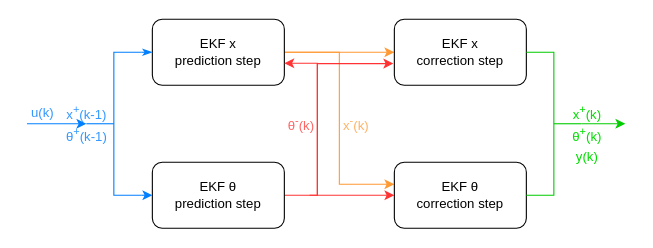
Earlier version of the draw.io diagram bms_flowchart_v2.drawio (PHentosh/draw_io_projects). Source tidied: cells renumbered, new cells numbered last; positions are measured from the earlier drawing's top-left corner, leaving out a move shared by most shapes. Both pictures are drawn from the tidied source at 110%, with x=0, y=0 at pixel (20, 19).
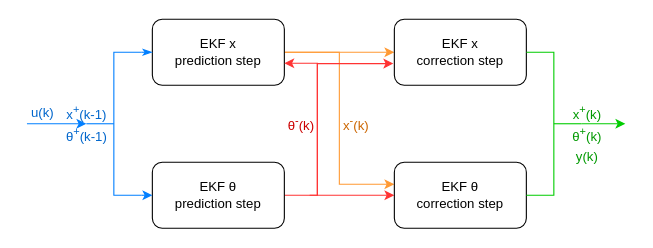
After the change.

Change to the diagram source:
```diff
@@
-    <mxCell id="12" value="u(k)" style="text;html=1;align=center;verticalAlign=middle;strokeColor=none;fillColor=none;fontColor=light-dark(#3399FF,#66B2FF);" parent="1" vertex="1">
+    <mxCell id="12" value="u(k)" style="text;html=1;align=center;verticalAlign=middle;strokeColor=none;fillColor=none;fontColor=#0066CC;" parent="1" vertex="1">
       <mxGeometry y="70" width="40" height="30" as="geometry" />
     </mxCell>
@@
-    <mxCell id="17" value="x&lt;sup&gt;-&lt;/sup&gt;(k)" style="text;html=1;align=center;verticalAlign=middle;strokeColor=none;fillColor=none;fontColor=light-dark(#FFB366,#FFB366);" parent="1" vertex="1">
+    <mxCell id="17" value="x&lt;sup&gt;-&lt;/sup&gt;(k)" style="text;html=1;align=center;verticalAlign=middle;strokeColor=none;fillColor=none;fontColor=light-dark(#CC6600,#FFB366);" parent="1" vertex="1">
       <mxGeometry x="280" y="80" width="50" height="30" as="geometry" />
     </mxCell>
-    <mxCell id="18" value="x&lt;sup&gt;+&lt;/sup&gt;(k)" style="text;html=1;align=center;verticalAlign=middle;strokeColor=none;fillColor=none;fontColor=light-dark(#00DE00,#66FF66);" parent="1" vertex="1">
+    <mxCell id="18" value="x&lt;sup&gt;+&lt;/sup&gt;(k)" style="text;html=1;align=center;verticalAlign=middle;strokeColor=none;fillColor=none;fontColor=light-dark(#009900,#66FF66);" parent="1" vertex="1">
       <mxGeometry x="490" y="70" width="50" height="30" as="geometry" />
     </mxCell>
-    <mxCell id="19" value="θ&lt;sup&gt;+&lt;/sup&gt;(k)" style="text;html=1;align=center;verticalAlign=middle;strokeColor=none;fillColor=none;fontColor=light-dark(#00DE00,#66FF66);" parent="1" vertex="1">
+    <mxCell id="19" value="θ&lt;sup&gt;+&lt;/sup&gt;(k)" style="text;html=1;align=center;verticalAlign=middle;strokeColor=none;fillColor=none;fontColor=light-dark(#009900,#66FF66);" parent="1" vertex="1">
       <mxGeometry x="490" y="90" width="50" height="30" as="geometry" />
     </mxCell>
-    <mxCell id="20" value="θ&lt;sup&gt;+&lt;/sup&gt;(k-1)" style="text;html=1;align=center;verticalAlign=middle;strokeColor=none;fillColor=none;fontColor=light-dark(#3399FF,#66B2FF);" parent="1" vertex="1">
+    <mxCell id="20" value="θ&lt;sup&gt;+&lt;/sup&gt;(k-1)" style="text;html=1;align=center;verticalAlign=middle;strokeColor=none;fillColor=none;fontColor=#0066CC;" parent="1" vertex="1">
       <mxGeometry x="30" y="90" width="60" height="30" as="geometry" />
     </mxCell>
-    <mxCell id="21" value="x&lt;sup&gt;+&lt;/sup&gt;(k-1)" style="text;html=1;align=center;verticalAlign=middle;strokeColor=none;fillColor=none;fontColor=light-dark(#3399FF,#66B2FF);" parent="1" vertex="1">
+    <mxCell id="21" value="x&lt;sup&gt;+&lt;/sup&gt;(k-1)" style="text;html=1;align=center;verticalAlign=middle;strokeColor=none;fillColor=none;fontColor=#0066CC;" parent="1" vertex="1">
       <mxGeometry x="30" y="70" width="60" height="30" as="geometry" />
     </mxCell>
-    <mxCell id="22" value="&lt;div&gt;y(k)&lt;/div&gt;" style="text;html=1;align=center;verticalAlign=middle;strokeColor=none;fillColor=none;fontColor=light-dark(#00DE00,#66FF66);" parent="1" vertex="1">
+    <mxCell id="22" value="&lt;div&gt;y(k)&lt;/div&gt;" style="text;html=1;align=center;verticalAlign=middle;strokeColor=none;fillColor=none;fontColor=light-dark(#009900,#66FF66);" parent="1" vertex="1">
       <mxGeometry x="495" y="110" width="40" height="30" as="geometry" />
     </mxCell>
-    <mxCell id="23" value="θ&lt;sup&gt;-&lt;/sup&gt;(k)" style="text;html=1;align=center;verticalAlign=middle;strokeColor=none;fillColor=none;fontColor=light-dark(#FF6666,#FFFF99);" parent="1" vertex="1">
+    <mxCell id="23" value="θ&lt;sup&gt;-&lt;/sup&gt;(k)" style="text;html=1;align=center;verticalAlign=middle;strokeColor=none;fillColor=none;fontColor=light-dark(#CC0000,#FFFF99);" parent="1" vertex="1">
       <mxGeometry x="230" y="80" width="50" height="30" as="geometry" />
     </mxCell>
```
